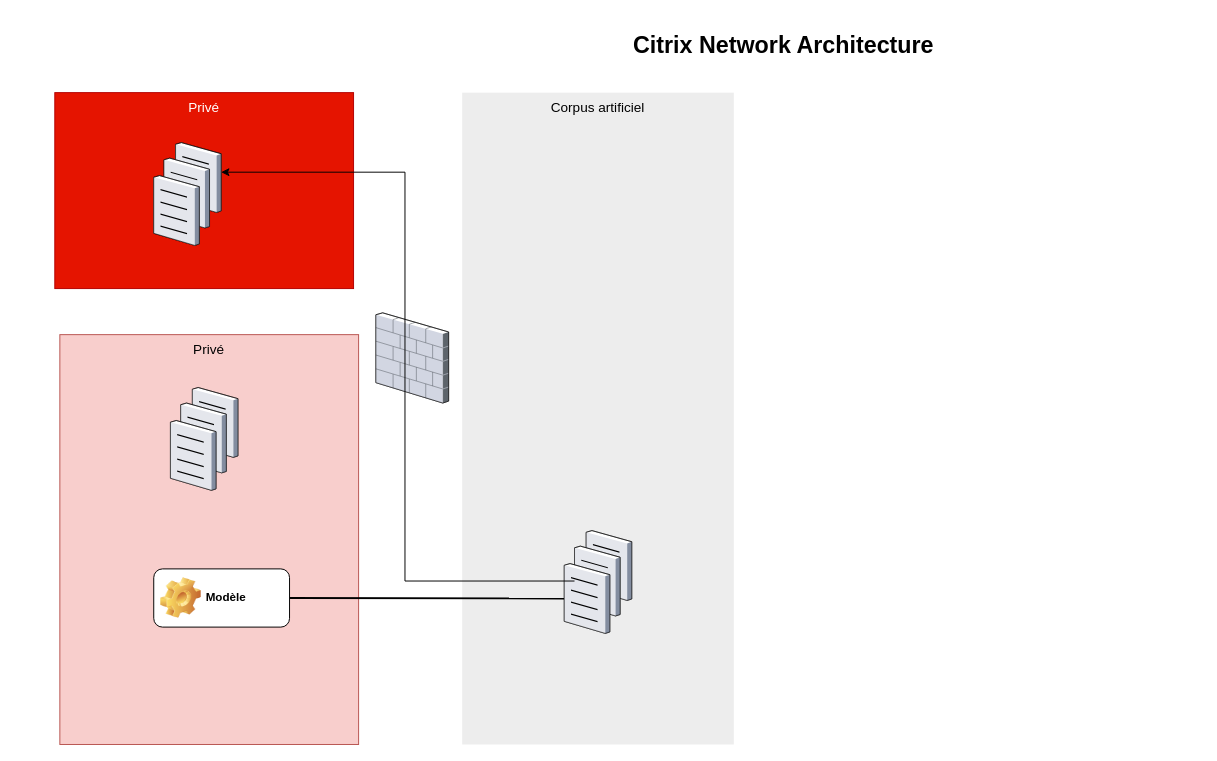
This is Untitled Diagram.drawio from Hiebel/ProjetFouilleDeTexte, a draw.io file, before an edit. Source tidied: cells renumbered, new cells numbered last; positions are measured from the earlier drawing's top-left corner, leaving out a move shared by most shapes. Both pictures are drawn from the tidied source at 97%, with x=0, y=0 at pixel (54, 26).
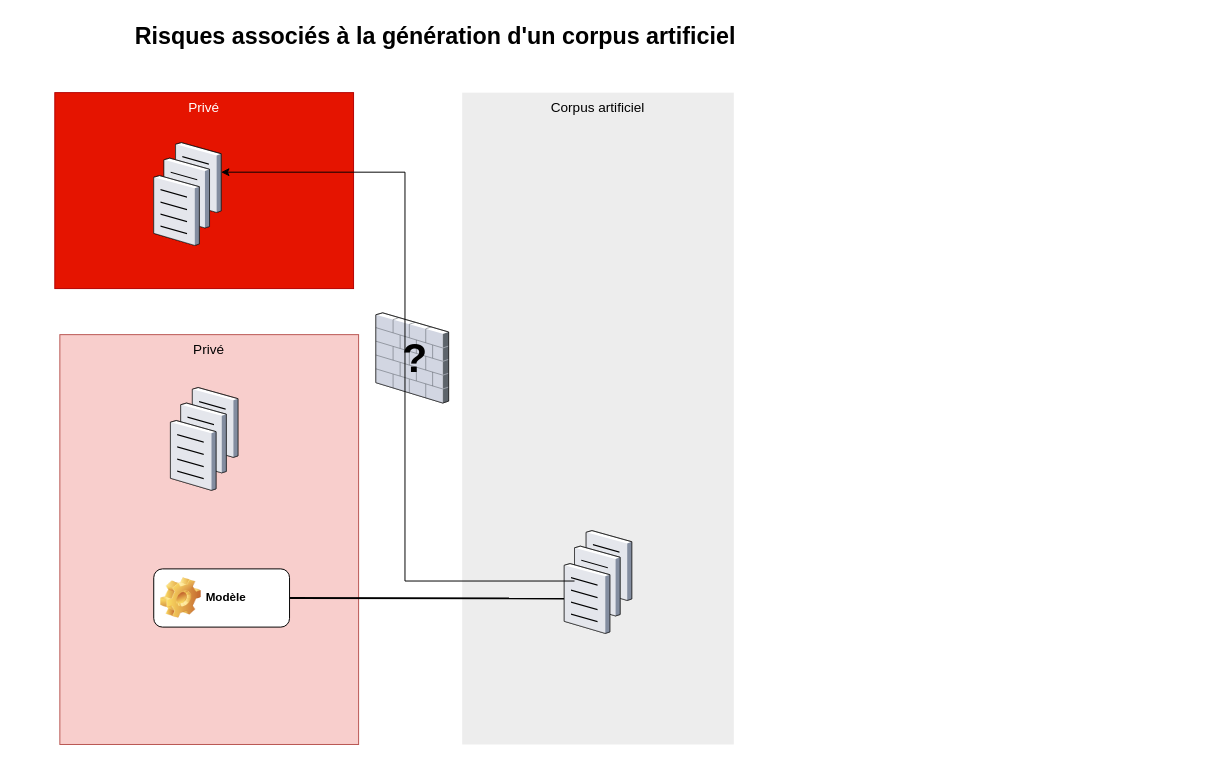
After the change.

The edit, as a diff of the source:
```diff
@@
-    <mxCell id="7" value="Citrix Network Architecture" style="text;strokeColor=none;fillColor=none;html=1;fontSize=24;fontStyle=1;verticalAlign=middle;align=center;" parent="1" vertex="1">
-      <mxGeometry x="320" width="861" height="40" as="geometry" />
+    <mxCell id="7" value="Risques associés à la génération d'un corpus artificiel" style="text;strokeColor=none;fillColor=none;html=1;fontSize=24;fontStyle=1;verticalAlign=middle;align=center;" parent="1" vertex="1">
+      <mxGeometry x="-39" y="-10" width="861" height="40" as="geometry" />
     </mxCell>
@@
+    <mxCell id="19" value="&lt;b&gt;&lt;font style=&quot;font-size: 42px&quot;&gt;?&lt;/font&gt;&lt;/b&gt;" style="text;html=1;align=center;verticalAlign=middle;fillColor=none;strokeColor=none;rounded=0;" parent="1" vertex="1">
+      <mxGeometry x="351" y="326.5" width="40" height="30" as="geometry" />
+    </mxCell>
```
